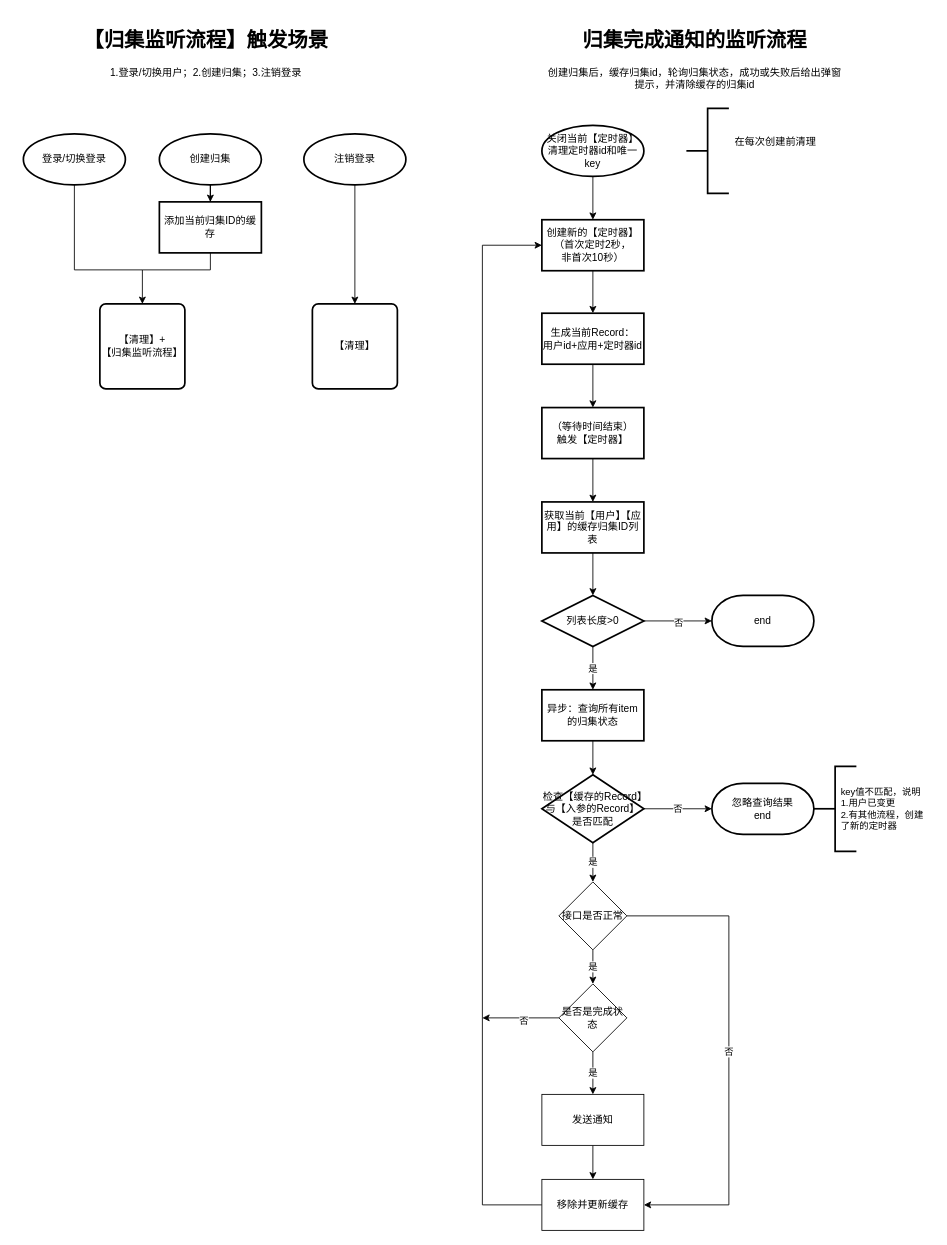
The draw.io diagram 本地归集成功失败的监听流程.drawio in lemonc747/myDrawIO, before the edit. Source tidied: cells renumbered, new cells numbered last; positions are measured from the earlier drawing's top-left corner, leaving out a move shared by most shapes. Both pictures are drawn from the tidied source at 85%, with x=0, y=0 at pixel (14, 23).
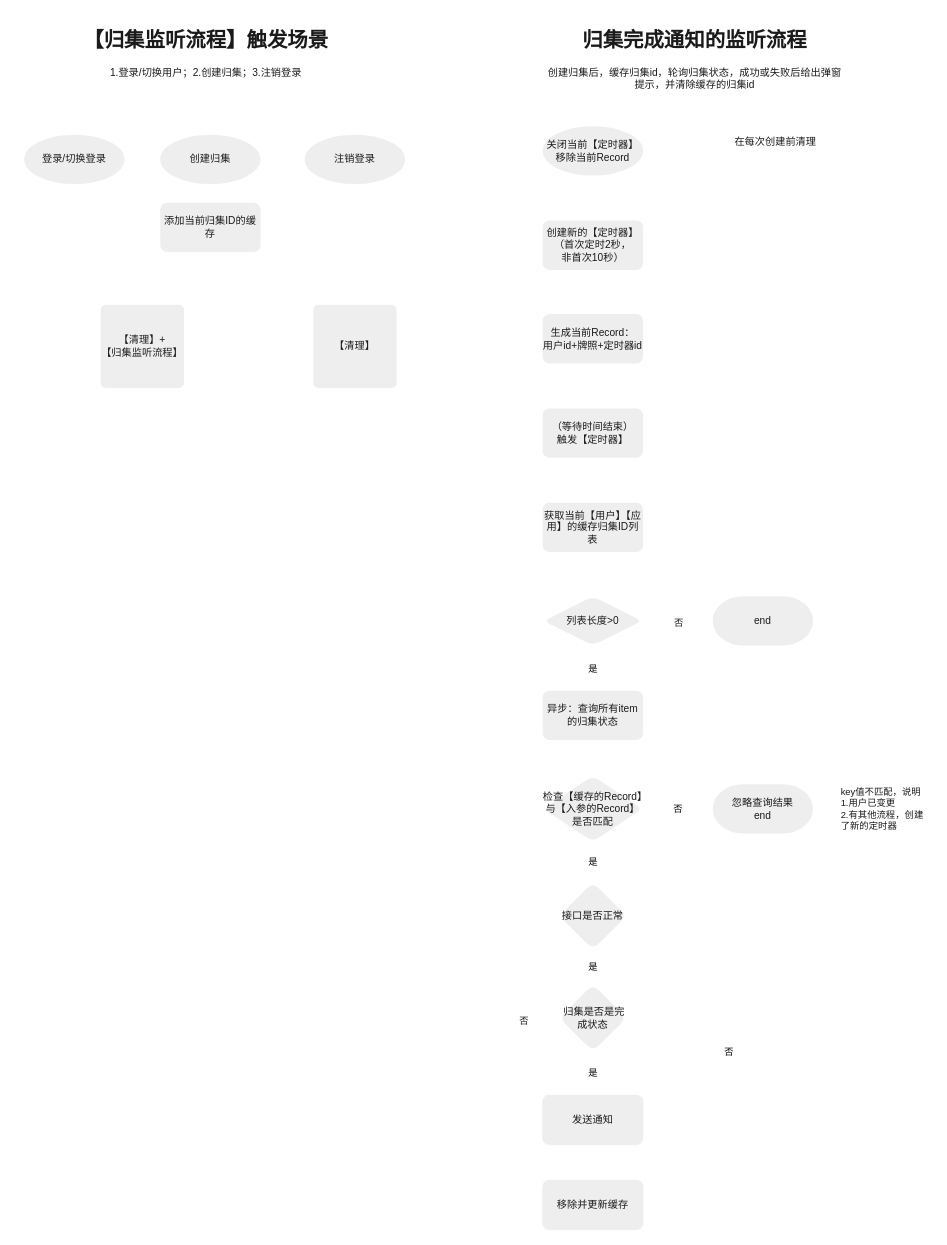
The same diagram, later.

The edit, as a diff of the source:
```diff
@@
-    <mxCell id="2" value="创建新的【定时器】&lt;br&gt;（首次定时2秒，&lt;br&gt;非首次10秒）" style="whiteSpace=wrap;html=1;strokeWidth=2;align=center;" parent="1" vertex="1">
+    <mxCell id="2" value="创建新的【定时器】&lt;br&gt;（首次定时2秒，&lt;br&gt;非首次10秒）" style="whiteSpace=wrap;html=1;strokeWidth=2;align=center;rounded=1;labelBackgroundColor=none;fillColor=#EEEEEE;strokeColor=#FFFFFF;fontColor=#1A1A1A;" parent="1" vertex="1">
       <mxGeometry x="620" y="231" width="120" height="60" as="geometry" />
     </mxCell>
-    <mxCell id="3" style="edgeStyle=orthogonalEdgeStyle;rounded=0;jettySize=auto;html=1;entryX=0.5;entryY=0;entryDx=0;entryDy=0;fontSize=11;align=center;" parent="1" edge="1" source="4" target="7">
+    <mxCell id="3" style="edgeStyle=orthogonalEdgeStyle;rounded=1;jettySize=auto;html=1;entryX=0.5;entryY=0;entryDx=0;entryDy=0;fontSize=11;align=center;labelBackgroundColor=none;strokeColor=#FFFFFF;fontColor=default;" parent="1" edge="1" source="4" target="7">
       <mxGeometry relative="1" as="geometry" />
     </mxCell>
-    <mxCell id="4" value="获取当前【用户】【应用】的缓存归集ID列表" style="whiteSpace=wrap;html=1;strokeWidth=2;align=center;" parent="1" vertex="1">
+    <mxCell id="4" value="获取当前【用户】【应用】的缓存归集ID列表" style="whiteSpace=wrap;html=1;strokeWidth=2;align=center;rounded=1;labelBackgroundColor=none;fillColor=#EEEEEE;strokeColor=#FFFFFF;fontColor=#1A1A1A;" parent="1" vertex="1">
       <mxGeometry x="620" y="563" width="120" height="60" as="geometry" />
     </mxCell>
-    <mxCell id="5" style="edgeStyle=orthogonalEdgeStyle;rounded=0;jettySize=auto;html=1;align=center;" parent="1" edge="1" source="7" target="10">
+    <mxCell id="5" style="edgeStyle=orthogonalEdgeStyle;rounded=1;jettySize=auto;html=1;align=center;labelBackgroundColor=none;strokeColor=#FFFFFF;fontColor=default;" parent="1" edge="1" source="7" target="10">
       <mxGeometry relative="1" as="geometry" />
     </mxCell>
-    <mxCell id="6" value="否" style="edgeLabel;html=1;align=center;verticalAlign=middle;" parent="5" vertex="1">
+    <mxCell id="6" value="否" style="edgeLabel;html=1;align=center;verticalAlign=middle;rounded=1;labelBackgroundColor=none;fontColor=#1A1A1A;" parent="5" vertex="1">
       <mxGeometry y="-2" relative="1" as="geometry" />
     </mxCell>
-    <mxCell id="7" value="列表长度&amp;gt;0" style="rhombus;whiteSpace=wrap;html=1;strokeWidth=2;align=center;" parent="1" vertex="1">
+    <mxCell id="7" value="列表长度&amp;gt;0" style="rhombus;whiteSpace=wrap;html=1;strokeWidth=2;align=center;rounded=1;labelBackgroundColor=none;fillColor=#EEEEEE;strokeColor=#FFFFFF;fontColor=#1A1A1A;" parent="1" vertex="1">
       <mxGeometry x="620" y="673" width="120" height="60" as="geometry" />
     </mxCell>
-    <mxCell id="8" value="关闭当前【定时器】&lt;br&gt;清理定时器id和唯一key" style="strokeWidth=2;html=1;shape=mxgraph.flowchart.start_1;whiteSpace=wrap;align=center;" parent="1" vertex="1">
+    <mxCell id="8" value="关闭当前【定时器】&lt;br&gt;移除当前Record" style="strokeWidth=2;html=1;shape=mxgraph.flowchart.start_1;whiteSpace=wrap;align=center;rounded=1;labelBackgroundColor=none;fillColor=#EEEEEE;strokeColor=#FFFFFF;fontColor=#1A1A1A;" parent="1" vertex="1">
       <mxGeometry x="620" y="120" width="120" height="60" as="geometry" />
     </mxCell>
-    <mxCell id="9" value="是" style="edgeStyle=orthogonalEdgeStyle;rounded=0;jettySize=auto;html=1;entryX=0.5;entryY=0;entryDx=0;entryDy=0;align=center;" parent="1" edge="1" source="7" target="24">
+    <mxCell id="9" value="是" style="edgeStyle=orthogonalEdgeStyle;rounded=1;jettySize=auto;html=1;entryX=0.5;entryY=0;entryDx=0;entryDy=0;align=center;labelBackgroundColor=none;strokeColor=#FFFFFF;fontColor=default;" parent="1" edge="1" source="7" target="24">
       <mxGeometry relative="1" as="geometry">
         <Array as="points">
           <mxPoint x="680" y="715" />
           <mxPoint x="680" y="715" />
         </Array>
       </mxGeometry>
     </mxCell>
-    <mxCell id="10" value="end" style="strokeWidth=2;html=1;shape=mxgraph.flowchart.terminator;whiteSpace=wrap;align=center;" parent="1" vertex="1">
+    <mxCell id="10" value="end" style="strokeWidth=2;html=1;shape=mxgraph.flowchart.terminator;whiteSpace=wrap;align=center;rounded=1;labelBackgroundColor=none;fillColor=#EEEEEE;strokeColor=#FFFFFF;fontColor=#1A1A1A;" parent="1" vertex="1">
       <mxGeometry x="820" y="673" width="120" height="60" as="geometry" />
     </mxCell>
-    <mxCell id="11" style="endArrow=classic;html=1;rounded=0;exitX=0.5;exitY=1;exitDx=0;exitDy=0;exitPerimeter=0;entryX=0.5;entryY=0;entryDx=0;entryDy=0;align=center;" parent="1" edge="1" source="8" target="2">
+    <mxCell id="11" style="endArrow=classic;html=1;rounded=1;exitX=0.5;exitY=1;exitDx=0;exitDy=0;exitPerimeter=0;entryX=0.5;entryY=0;entryDx=0;entryDy=0;align=center;labelBackgroundColor=none;strokeColor=#FFFFFF;fontColor=default;" parent="1" edge="1" source="8" target="2">
       <mxGeometry relative="1" as="geometry" />
     </mxCell>
-    <mxCell id="12" style="edgeStyle=orthogonalEdgeStyle;rounded=0;jettySize=auto;html=1;align=center;" parent="1" edge="1" source="13" target="15">
+    <mxCell id="12" style="edgeStyle=orthogonalEdgeStyle;rounded=1;jettySize=auto;html=1;align=center;labelBackgroundColor=none;strokeColor=#FFFFFF;fontColor=default;" parent="1" edge="1" source="13" target="15">
       <mxGeometry relative="1" as="geometry" />
     </mxCell>
-    <mxCell id="13" value="生成当前Record：&lt;br&gt;用户id+应用+定时器id" style="whiteSpace=wrap;html=1;strokeWidth=2;align=center;" parent="1" vertex="1">
+    <mxCell id="13" value="生成当前Record：&lt;br&gt;用户id+牌照+定时器id" style="whiteSpace=wrap;html=1;strokeWidth=2;align=center;rounded=1;labelBackgroundColor=none;fillColor=#EEEEEE;strokeColor=#FFFFFF;fontColor=#1A1A1A;" parent="1" vertex="1">
       <mxGeometry x="620" y="341" width="120" height="60" as="geometry" />
     </mxCell>
-    <mxCell id="14" style="endArrow=classic;html=1;rounded=0;exitX=0.5;exitY=1;exitDx=0;exitDy=0;align=center;" parent="1" edge="1" source="2" target="13">
+    <mxCell id="14" style="endArrow=classic;html=1;rounded=1;exitX=0.5;exitY=1;exitDx=0;exitDy=0;align=center;labelBackgroundColor=none;strokeColor=#FFFFFF;fontColor=default;" parent="1" edge="1" source="2" target="13">
       <mxGeometry relative="1" as="geometry" />
     </mxCell>
-    <mxCell id="15" value="（等待时间结束）&lt;br&gt;触发【定时器】" style="whiteSpace=wrap;html=1;strokeWidth=2;align=center;" parent="1" vertex="1">
+    <mxCell id="15" value="（等待时间结束）&lt;br&gt;触发【定时器】" style="whiteSpace=wrap;html=1;strokeWidth=2;align=center;rounded=1;labelBackgroundColor=none;fillColor=#EEEEEE;strokeColor=#FFFFFF;fontColor=#1A1A1A;" parent="1" vertex="1">
       <mxGeometry x="620" y="452" width="120" height="60" as="geometry" />
     </mxCell>
-    <mxCell id="16" style="endArrow=classic;html=1;rounded=0;exitX=0.5;exitY=1;exitDx=0;exitDy=0;entryX=0.5;entryY=0;entryDx=0;entryDy=0;align=center;" parent="1" edge="1" source="15" target="4">
+    <mxCell id="16" style="endArrow=classic;html=1;rounded=1;exitX=0.5;exitY=1;exitDx=0;exitDy=0;entryX=0.5;entryY=0;entryDx=0;entryDy=0;align=center;labelBackgroundColor=none;strokeColor=#FFFFFF;fontColor=default;" parent="1" edge="1" source="15" target="4">
       <mxGeometry relative="1" as="geometry" />
     </mxCell>
-    <mxCell id="17" style="edgeStyle=orthogonalEdgeStyle;rounded=0;jettySize=auto;html=1;" parent="1" edge="1" source="18" target="20">
+    <mxCell id="17" style="edgeStyle=orthogonalEdgeStyle;rounded=1;jettySize=auto;html=1;labelBackgroundColor=none;strokeColor=#FFFFFF;fontColor=default;" parent="1" edge="1" source="18" target="20">
       <mxGeometry relative="1" as="geometry" />
     </mxCell>
-    <mxCell id="18" value="创建归集" style="strokeWidth=2;html=1;shape=mxgraph.flowchart.start_1;whiteSpace=wrap;" parent="1" vertex="1">
+    <mxCell id="18" value="创建归集" style="strokeWidth=2;html=1;shape=mxgraph.flowchart.start_1;whiteSpace=wrap;rounded=1;labelBackgroundColor=none;fillColor=#EEEEEE;strokeColor=#FFFFFF;fontColor=#1A1A1A;" parent="1" vertex="1">
       <mxGeometry x="170" y="130" width="120" height="60" as="geometry" />
     </mxCell>
-    <mxCell id="19" value="登录/切换登录" style="strokeWidth=2;html=1;shape=mxgraph.flowchart.start_1;whiteSpace=wrap;" parent="1" vertex="1">
+    <mxCell id="19" value="登录/切换登录" style="strokeWidth=2;html=1;shape=mxgraph.flowchart.start_1;whiteSpace=wrap;rounded=1;labelBackgroundColor=none;fillColor=#EEEEEE;strokeColor=#FFFFFF;fontColor=#1A1A1A;" parent="1" vertex="1">
       <mxGeometry x="10" y="130" width="120" height="60" as="geometry" />
     </mxCell>
-    <mxCell id="20" value="添加当前归集ID的缓存" style="whiteSpace=wrap;html=1;strokeWidth=2;" parent="1" vertex="1">
+    <mxCell id="20" value="添加当前归集ID的缓存" style="whiteSpace=wrap;html=1;strokeWidth=2;rounded=1;labelBackgroundColor=none;fillColor=#EEEEEE;strokeColor=#FFFFFF;fontColor=#1A1A1A;" parent="1" vertex="1">
       <mxGeometry x="170" y="210" width="120" height="60" as="geometry" />
     </mxCell>
-    <mxCell id="21" style="endArrow=classic;html=1;rounded=0;exitX=0.5;exitY=1;exitDx=0;exitDy=0;exitPerimeter=0;" parent="1" edge="1" source="19" target="32">
+    <mxCell id="21" style="endArrow=classic;html=1;rounded=1;exitX=0.5;exitY=1;exitDx=0;exitDy=0;exitPerimeter=0;labelBackgroundColor=none;strokeColor=#FFFFFF;fontColor=default;" parent="1" edge="1" source="19" target="32">
       <mxGeometry relative="1" as="geometry">
         <Array as="points">
           <mxPoint x="70" y="290" />
           <mxPoint x="150" y="290" />
         </Array>
       </mxGeometry>
     </mxCell>
-    <mxCell id="22" style="endArrow=none;html=1;rounded=0;entryX=0.5;entryY=1;entryDx=0;entryDy=0;" parent="1" edge="1" target="20">
+    <mxCell id="22" style="endArrow=none;html=1;rounded=1;entryX=0.5;entryY=1;entryDx=0;entryDy=0;labelBackgroundColor=none;strokeColor=#FFFFFF;fontColor=default;" parent="1" edge="1" target="20">
       <mxGeometry relative="1" as="geometry">
         <mxPoint x="150" y="290" as="sourcePoint" />
         <Array as="points">
           <mxPoint x="230" y="290" />
         </Array>
       </mxGeometry>
     </mxCell>
-    <mxCell id="23" style="edgeStyle=orthogonalEdgeStyle;rounded=0;jettySize=auto;html=1;align=center;" parent="1" edge="1" source="24" target="27">
+    <mxCell id="23" style="edgeStyle=orthogonalEdgeStyle;rounded=1;jettySize=auto;html=1;align=center;labelBackgroundColor=none;strokeColor=#FFFFFF;fontColor=default;" parent="1" edge="1" source="24" target="27">
       <mxGeometry relative="1" as="geometry" />
     </mxCell>
-    <mxCell id="24" value="异步：查询所有item的归集状态" style="whiteSpace=wrap;html=1;strokeWidth=2;align=center;" parent="1" vertex="1">
+    <mxCell id="24" value="异步：查询所有item的归集状态" style="whiteSpace=wrap;html=1;strokeWidth=2;align=center;rounded=1;labelBackgroundColor=none;fillColor=#EEEEEE;strokeColor=#FFFFFF;fontColor=#1A1A1A;" parent="1" vertex="1">
       <mxGeometry x="620" y="784" width="120" height="60" as="geometry" />
     </mxCell>
-    <mxCell id="25" value="否" style="edgeStyle=orthogonalEdgeStyle;rounded=0;jettySize=auto;html=1;align=center;" parent="1" edge="1" source="27" target="28">
+    <mxCell id="25" value="否" style="edgeStyle=orthogonalEdgeStyle;rounded=1;jettySize=auto;html=1;align=center;labelBackgroundColor=none;strokeColor=#FFFFFF;fontColor=default;" parent="1" edge="1" source="27" target="28">
       <mxGeometry relative="1" as="geometry" />
     </mxCell>
-    <mxCell id="26" value="是" style="edgeStyle=orthogonalEdgeStyle;rounded=0;jettySize=auto;html=1;align=center;" parent="1" edge="1" source="27" target="42">
+    <mxCell id="26" value="是" style="edgeStyle=orthogonalEdgeStyle;rounded=1;jettySize=auto;html=1;align=center;labelBackgroundColor=none;strokeColor=#FFFFFF;fontColor=default;" parent="1" edge="1" source="27" target="42">
       <mxGeometry relative="1" as="geometry" />
     </mxCell>
-    <mxCell id="27" value="检查【缓存的Record】与【入参的Record】是否匹配" style="rhombus;whiteSpace=wrap;html=1;strokeWidth=2;align=center;" parent="1" vertex="1">
+    <mxCell id="27" value="检查【缓存的Record】与【入参的Record】是否匹配" style="rhombus;whiteSpace=wrap;html=1;strokeWidth=2;align=center;rounded=1;labelBackgroundColor=none;fillColor=#EEEEEE;strokeColor=#FFFFFF;fontColor=#1A1A1A;" parent="1" vertex="1">
       <mxGeometry x="620" y="884" width="120" height="80" as="geometry" />
     </mxCell>
-    <mxCell id="28" value="忽略查询结果&lt;br&gt;end" style="strokeWidth=2;html=1;shape=mxgraph.flowchart.terminator;whiteSpace=wrap;align=center;" parent="1" vertex="1">
+    <mxCell id="28" value="忽略查询结果&lt;br&gt;end" style="strokeWidth=2;html=1;shape=mxgraph.flowchart.terminator;whiteSpace=wrap;align=center;rounded=1;labelBackgroundColor=none;fillColor=#EEEEEE;strokeColor=#FFFFFF;fontColor=#1A1A1A;" parent="1" vertex="1">
       <mxGeometry x="820" y="894" width="120" height="60" as="geometry" />
     </mxCell>
-    <mxCell id="29" style="strokeWidth=2;html=1;shape=mxgraph.flowchart.annotation_2;align=center;labelPosition=right;" parent="1" vertex="1">
+    <mxCell id="29" style="strokeWidth=2;html=1;shape=mxgraph.flowchart.annotation_2;align=center;labelPosition=right;rounded=1;labelBackgroundColor=none;fillColor=#EEEEEE;strokeColor=#FFFFFF;fontColor=#1A1A1A;" parent="1" vertex="1">
       <mxGeometry x="940" y="874" width="50" height="100" as="geometry" />
     </mxCell>
-    <mxCell id="30" value="key值不匹配，说明&lt;br&gt;1.用户已变更&lt;br style=&quot;font-size: 11px&quot;&gt;2.有其他流程，创建&lt;br&gt;了新的定时器" style="text;html=1;align=left;verticalAlign=middle;strokeColor=none;fontSize=11;" parent="1" vertex="1">
+    <mxCell id="30" value="key值不匹配，说明&lt;br&gt;1.用户已变更&lt;br style=&quot;font-size: 11px&quot;&gt;2.有其他流程，创建&lt;br&gt;了新的定时器" style="text;html=1;align=left;verticalAlign=middle;strokeColor=none;fontSize=11;rounded=1;labelBackgroundColor=none;fontColor=#1A1A1A;" parent="1" vertex="1">
       <mxGeometry x="970" y="894" width="110" height="60" as="geometry" />
     </mxCell>
-    <mxCell id="31" style="edgeStyle=orthogonalEdgeStyle;rounded=0;jettySize=auto;html=1;entryX=0;entryY=0.5;entryDx=0;entryDy=0;align=center;" parent="1" edge="1" source="43" target="2">
+    <mxCell id="31" style="edgeStyle=orthogonalEdgeStyle;rounded=1;jettySize=auto;html=1;entryX=0;entryY=0.5;entryDx=0;entryDy=0;align=center;labelBackgroundColor=none;strokeColor=#FFFFFF;fontColor=default;" parent="1" edge="1" source="43" target="2">
       <mxGeometry relative="1" as="geometry">
         <Array as="points">
           <mxPoint x="550" y="1390" />
           <mxPoint x="550" y="261" />
         </Array>
       </mxGeometry>
     </mxCell>
-    <mxCell id="32" value="【清理】+&lt;br&gt;【归集监听流程】" style="rounded=1;whiteSpace=wrap;html=1;absoluteArcSize=1;arcSize=14;strokeWidth=2;align=center;" parent="1" vertex="1">
+    <mxCell id="32" value="【清理】+&lt;br&gt;【归集监听流程】" style="rounded=1;whiteSpace=wrap;html=1;absoluteArcSize=1;arcSize=14;strokeWidth=2;align=center;labelBackgroundColor=none;fillColor=#EEEEEE;strokeColor=#FFFFFF;fontColor=#1A1A1A;" parent="1" vertex="1">
       <mxGeometry x="100" y="330" width="100" height="100" as="geometry" />
     </mxCell>
-    <mxCell id="33" value="&lt;h1&gt;归集完成通知的监听流程&lt;/h1&gt;&lt;p&gt;创建归集后，缓存归集id，轮询归集状态，成功或失败后给出弹窗提示，并清除缓存的归集id&lt;br&gt;&lt;/p&gt;" style="text;html=1;strokeColor=none;fillColor=none;spacing=5;spacingTop=-20;whiteSpace=wrap;overflow=hidden;rounded=0;align=center;" parent="1" vertex="1">
+    <mxCell id="33" value="&lt;h1&gt;归集完成通知的监听流程&lt;/h1&gt;&lt;p&gt;创建归集后，缓存归集id，轮询归集状态，成功或失败后给出弹窗提示，并清除缓存的归集id&lt;br&gt;&lt;/p&gt;" style="text;html=1;strokeColor=none;fillColor=none;spacing=5;spacingTop=-20;whiteSpace=wrap;overflow=hidden;rounded=1;align=center;labelBackgroundColor=none;fontColor=#1A1A1A;" parent="1" vertex="1">
       <mxGeometry x="620" width="360" height="90" as="geometry" />
     </mxCell>
-    <mxCell id="34" value="&lt;h1&gt;【归集监听流程】触发场景&lt;/h1&gt;&lt;p&gt;1.登录/切换用户；2.创建归集；3.注销登录&lt;/p&gt;" style="text;html=1;strokeColor=none;fillColor=none;spacing=5;spacingTop=-20;whiteSpace=wrap;overflow=hidden;rounded=0;align=center;" parent="1" vertex="1">
+    <mxCell id="34" value="&lt;h1&gt;【归集监听流程】触发场景&lt;/h1&gt;&lt;p&gt;1.登录/切换用户；2.创建归集；3.注销登录&lt;/p&gt;" style="text;html=1;strokeColor=none;fillColor=none;spacing=5;spacingTop=-20;whiteSpace=wrap;overflow=hidden;rounded=1;align=center;labelBackgroundColor=none;fontColor=#1A1A1A;" parent="1" vertex="1">
       <mxGeometry width="450" height="90" as="geometry" />
     </mxCell>
-    <mxCell id="35" style="edgeStyle=orthogonalEdgeStyle;rounded=0;jettySize=auto;html=1;align=center;" parent="1" edge="1" source="36" target="37">
+    <mxCell id="35" style="edgeStyle=orthogonalEdgeStyle;rounded=1;jettySize=auto;html=1;align=center;labelBackgroundColor=none;strokeColor=#FFFFFF;fontColor=default;" parent="1" edge="1" source="36" target="37">
       <mxGeometry relative="1" as="geometry" />
     </mxCell>
-    <mxCell id="36" value="注销登录" style="strokeWidth=2;html=1;shape=mxgraph.flowchart.start_1;whiteSpace=wrap;" parent="1" vertex="1">
+    <mxCell id="36" value="注销登录" style="strokeWidth=2;html=1;shape=mxgraph.flowchart.start_1;whiteSpace=wrap;rounded=1;labelBackgroundColor=none;fillColor=#EEEEEE;strokeColor=#FFFFFF;fontColor=#1A1A1A;" parent="1" vertex="1">
       <mxGeometry x="340" y="130" width="120" height="60" as="geometry" />
     </mxCell>
-    <mxCell id="37" value="【清理】" style="rounded=1;whiteSpace=wrap;html=1;absoluteArcSize=1;arcSize=14;strokeWidth=2;align=center;" parent="1" vertex="1">
+    <mxCell id="37" value="【清理】" style="rounded=1;whiteSpace=wrap;html=1;absoluteArcSize=1;arcSize=14;strokeWidth=2;align=center;labelBackgroundColor=none;fillColor=#EEEEEE;strokeColor=#FFFFFF;fontColor=#1A1A1A;" parent="1" vertex="1">
       <mxGeometry x="350" y="330" width="100" height="100" as="geometry" />
     </mxCell>
-    <mxCell id="38" style="strokeWidth=2;html=1;shape=mxgraph.flowchart.annotation_2;align=left;labelPosition=right;" parent="1" vertex="1">
+    <mxCell id="38" style="strokeWidth=2;html=1;shape=mxgraph.flowchart.annotation_2;align=left;labelPosition=right;rounded=1;labelBackgroundColor=none;fillColor=#EEEEEE;strokeColor=#FFFFFF;fontColor=#1A1A1A;" parent="1" vertex="1">
       <mxGeometry x="790" y="100" width="50" height="100" as="geometry" />
     </mxCell>
-    <mxCell id="39" value="在每次创建前清理" style="text;html=1;strokeColor=none;fillColor=none;align=center;verticalAlign=middle;whiteSpace=wrap;rounded=0;" parent="1" vertex="1">
+    <mxCell id="39" value="在每次创建前清理" style="text;html=1;strokeColor=none;fillColor=none;align=center;verticalAlign=middle;whiteSpace=wrap;rounded=1;labelBackgroundColor=none;fontColor=#1A1A1A;" parent="1" vertex="1">
       <mxGeometry x="820" y="130" width="150" height="20" as="geometry" />
     </mxCell>
-    <mxCell id="40" value="否" style="edgeStyle=orthogonalEdgeStyle;rounded=0;jettySize=auto;html=1;exitX=1;exitY=0.5;exitDx=0;exitDy=0;" parent="1" edge="1" source="42" target="43">
+    <mxCell id="40" value="否" style="edgeStyle=orthogonalEdgeStyle;rounded=1;jettySize=auto;html=1;exitX=1;exitY=0.5;exitDx=0;exitDy=0;labelBackgroundColor=none;strokeColor=#FFFFFF;fontColor=default;" parent="1" edge="1" source="42" target="43">
       <mxGeometry relative="1" as="geometry">
         <Array as="points">
           <mxPoint x="840" y="1050" />
           <mxPoint x="840" y="1390" />
         </Array>
       </mxGeometry>
     </mxCell>
-    <mxCell id="41" value="是" style="edgeStyle=orthogonalEdgeStyle;rounded=0;jettySize=auto;html=1;" parent="1" edge="1" source="42" target="47">
+    <mxCell id="41" value="是" style="edgeStyle=orthogonalEdgeStyle;rounded=1;jettySize=auto;html=1;labelBackgroundColor=none;strokeColor=#FFFFFF;fontColor=default;" parent="1" edge="1" source="42" target="47">
       <mxGeometry relative="1" as="geometry" />
     </mxCell>
-    <mxCell id="42" value="接口是否正常" style="rhombus;whiteSpace=wrap;html=1;" parent="1" vertex="1">
+    <mxCell id="42" value="接口是否正常" style="rhombus;whiteSpace=wrap;html=1;rounded=1;labelBackgroundColor=none;fillColor=#EEEEEE;strokeColor=#FFFFFF;fontColor=#1A1A1A;" parent="1" vertex="1">
       <mxGeometry x="640" y="1010" width="80" height="80" as="geometry" />
     </mxCell>
-    <mxCell id="43" value="移除并更新缓存" style="whiteSpace=wrap;html=1;" parent="1" vertex="1">
+    <mxCell id="43" value="移除并更新缓存" style="whiteSpace=wrap;html=1;rounded=1;labelBackgroundColor=none;fillColor=#EEEEEE;strokeColor=#FFFFFF;fontColor=#1A1A1A;" parent="1" vertex="1">
       <mxGeometry x="620" y="1360" width="120" height="60" as="geometry" />
     </mxCell>
-    <mxCell id="44" value="是" style="edgeStyle=orthogonalEdgeStyle;rounded=0;jettySize=auto;html=1;" parent="1" edge="1" source="47" target="49">
+    <mxCell id="44" value="是" style="edgeStyle=orthogonalEdgeStyle;rounded=1;jettySize=auto;html=1;labelBackgroundColor=none;strokeColor=#FFFFFF;fontColor=default;" parent="1" edge="1" source="47" target="49">
       <mxGeometry relative="1" as="geometry" />
     </mxCell>
-    <mxCell id="45" style="edgeStyle=orthogonalEdgeStyle;rounded=0;jettySize=auto;html=1;" parent="1" edge="1" source="47">
+    <mxCell id="45" style="edgeStyle=orthogonalEdgeStyle;rounded=1;jettySize=auto;html=1;labelBackgroundColor=none;strokeColor=#FFFFFF;fontColor=default;" parent="1" edge="1" source="47">
       <mxGeometry relative="1" as="geometry">
         <mxPoint x="550" y="1170" as="targetPoint" />
       </mxGeometry>
     </mxCell>
-    <mxCell id="46" value="否" style="edgeLabel;html=1;align=center;verticalAlign=middle;" parent="45" vertex="1">
+    <mxCell id="46" value="否" style="edgeLabel;html=1;align=center;verticalAlign=middle;rounded=1;labelBackgroundColor=none;fontColor=#1A1A1A;" parent="45" vertex="1">
       <mxGeometry x="-0.07" y="3" relative="1" as="geometry" />
     </mxCell>
-    <mxCell id="47" value="是否是完成状态" style="rhombus;whiteSpace=wrap;html=1;" parent="1" vertex="1">
+    <mxCell id="47" value="&amp;nbsp;归集是否是完成状态" style="rhombus;whiteSpace=wrap;html=1;rounded=1;labelBackgroundColor=none;fillColor=#EEEEEE;strokeColor=#FFFFFF;fontColor=#1A1A1A;" parent="1" vertex="1">
       <mxGeometry x="640" y="1130" width="80" height="80" as="geometry" />
     </mxCell>
-    <mxCell id="48" style="edgeStyle=orthogonalEdgeStyle;rounded=0;jettySize=auto;html=1;" parent="1" edge="1" source="49" target="43">
+    <mxCell id="48" style="edgeStyle=orthogonalEdgeStyle;rounded=1;jettySize=auto;html=1;labelBackgroundColor=none;strokeColor=#FFFFFF;fontColor=default;" parent="1" edge="1" source="49" target="43">
       <mxGeometry relative="1" as="geometry" />
     </mxCell>
-    <mxCell id="49" value="发送通知" style="whiteSpace=wrap;html=1;" parent="1" vertex="1">
+    <mxCell id="49" value="发送通知" style="whiteSpace=wrap;html=1;rounded=1;labelBackgroundColor=none;fillColor=#EEEEEE;strokeColor=#FFFFFF;fontColor=#1A1A1A;" parent="1" vertex="1">
       <mxGeometry x="620" y="1260" width="120" height="60" as="geometry" />
     </mxCell>
```
